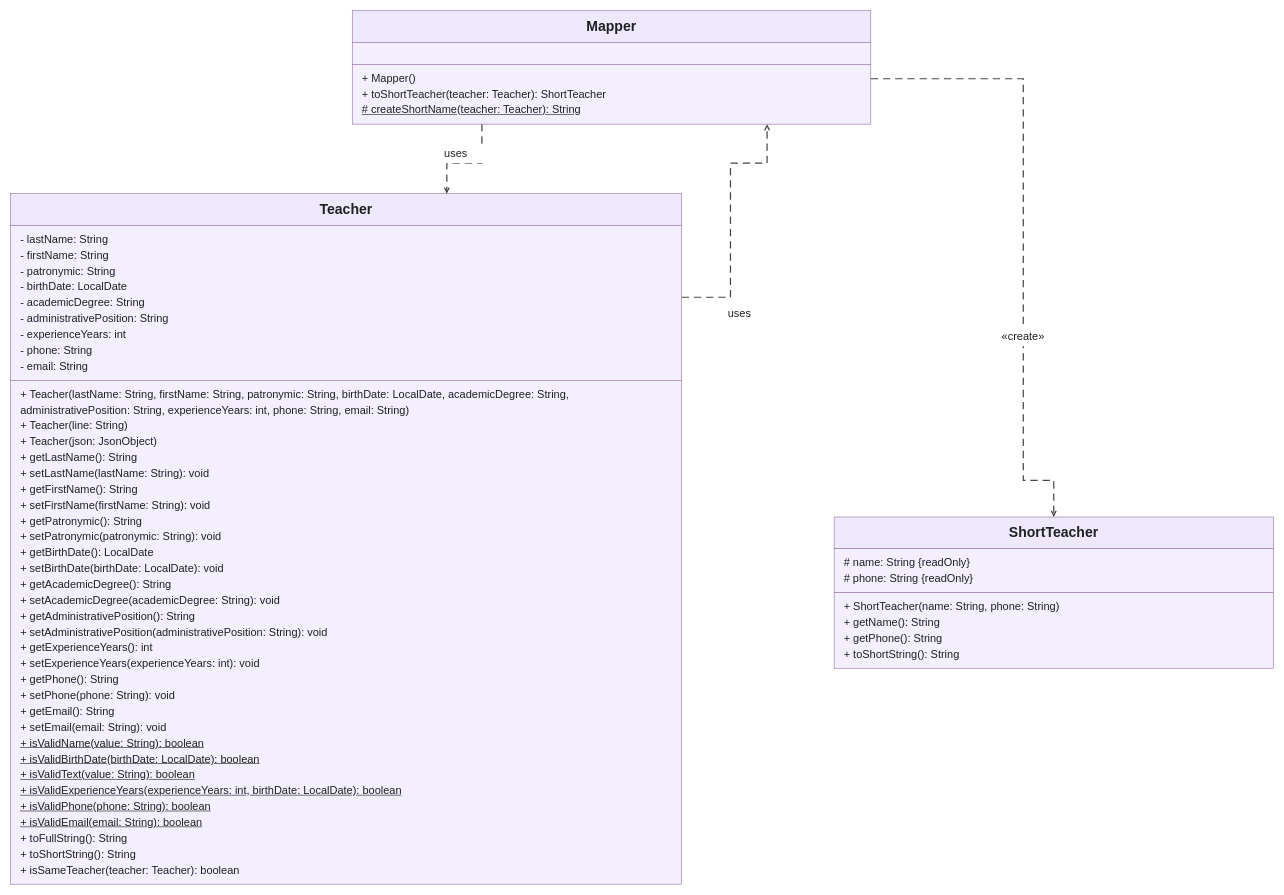
This is ClassDiagram.drawio from dkryl0ff/PIS2026, a draw.io file, before an edit. Source tidied: cells renumbered, new cells numbered last; positions are measured from the earlier drawing's top-left corner, leaving out a move shared by most shapes. Both pictures are drawn from the tidied source at 61%, with x=0, y=0 at pixel (10, 10).
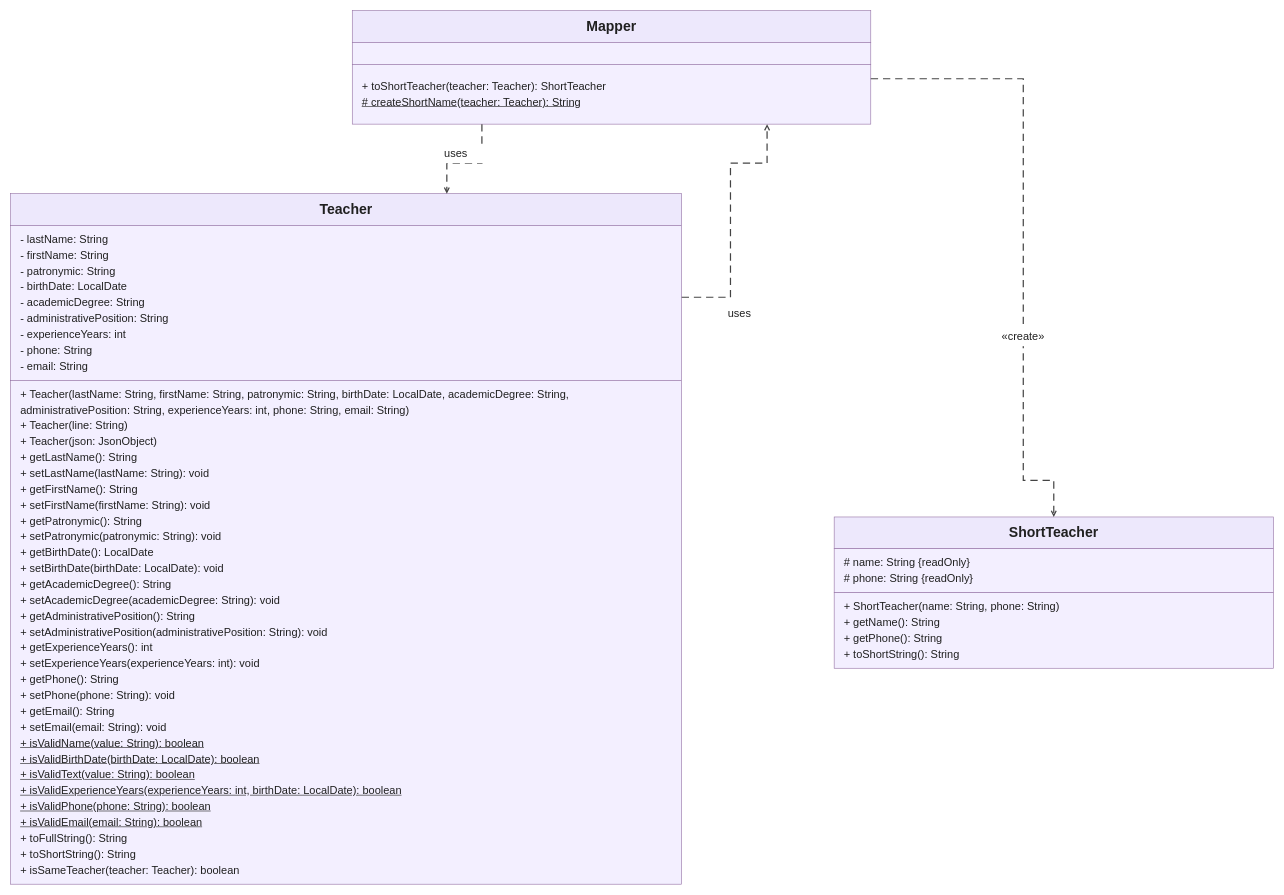
The same diagram, later.

Commit message:
Корректировка диаграммы классов

The change refers to these unchanged cells:
```xml
<mxCell id="56" style="group;" parent="1" vertex="1">
  <mxGeometry x="560" width="850" height="186" as="geometry" />
</mxCell>
```

Diff of the diagram source:
```diff
@@
-    <mxCell id="60" value="+ Mapper()" style="text;html=1;whiteSpace=wrap;align=left;verticalAlign=middle;strokeColor=none;fillColor=none;fontFamily=Arial;fontSize=18;fontColor=#202020;" parent="56" vertex="1">
-      <mxGeometry x="14" y="98" width="822" height="26" as="geometry" />
-    </mxCell>
     <mxCell id="61" value="+ toShortTeacher(teacher: Teacher): ShortTeacher" style="text;html=1;whiteSpace=wrap;align=left;verticalAlign=middle;strokeColor=none;fillColor=none;fontFamily=Arial;fontSize=18;fontColor=#202020;" parent="56" vertex="1">
-      <mxGeometry x="14" y="124" width="822" height="26" as="geometry" />
+      <mxGeometry x="14" y="111" width="822" height="26" as="geometry" />
     </mxCell>
     <mxCell id="62" value="&lt;u&gt;# createShortName(teacher: Teacher): String&lt;/u&gt;" style="text;html=1;whiteSpace=wrap;align=left;verticalAlign=middle;strokeColor=none;fillColor=none;fontFamily=Arial;fontSize=18;fontColor=#202020;" parent="56" vertex="1">
-      <mxGeometry x="14" y="150" width="822" height="26" as="geometry" />
+      <mxGeometry x="14" y="137" width="822" height="26" as="geometry" />
     </mxCell>
```
